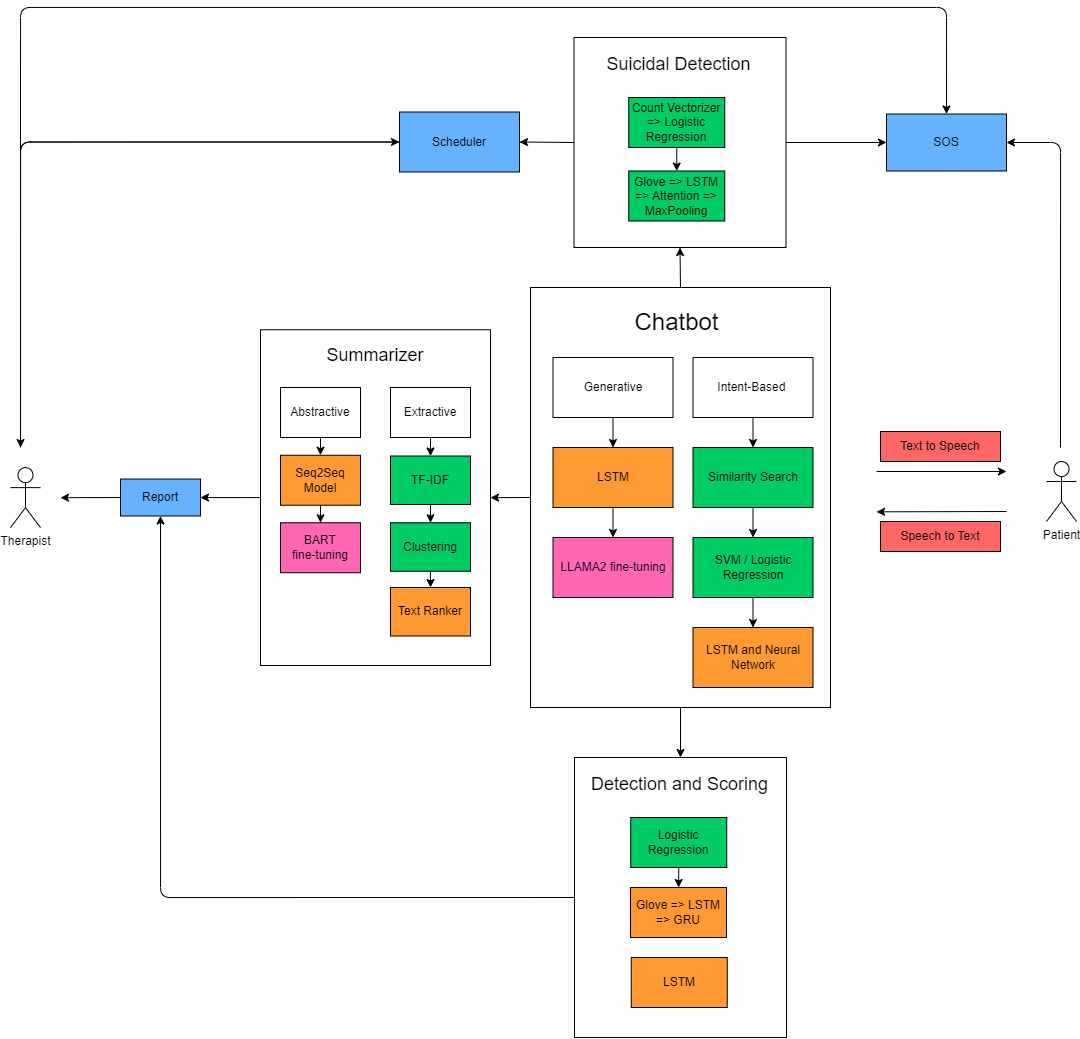
The draw.io diagram report/models.png in Better-Call-Soul/Soul-AI, before a commit. Source tidied: cells renumbered, new cells last; positions are measured from the earlier drawing's top-left corner, leaving out a move shared by most shapes.
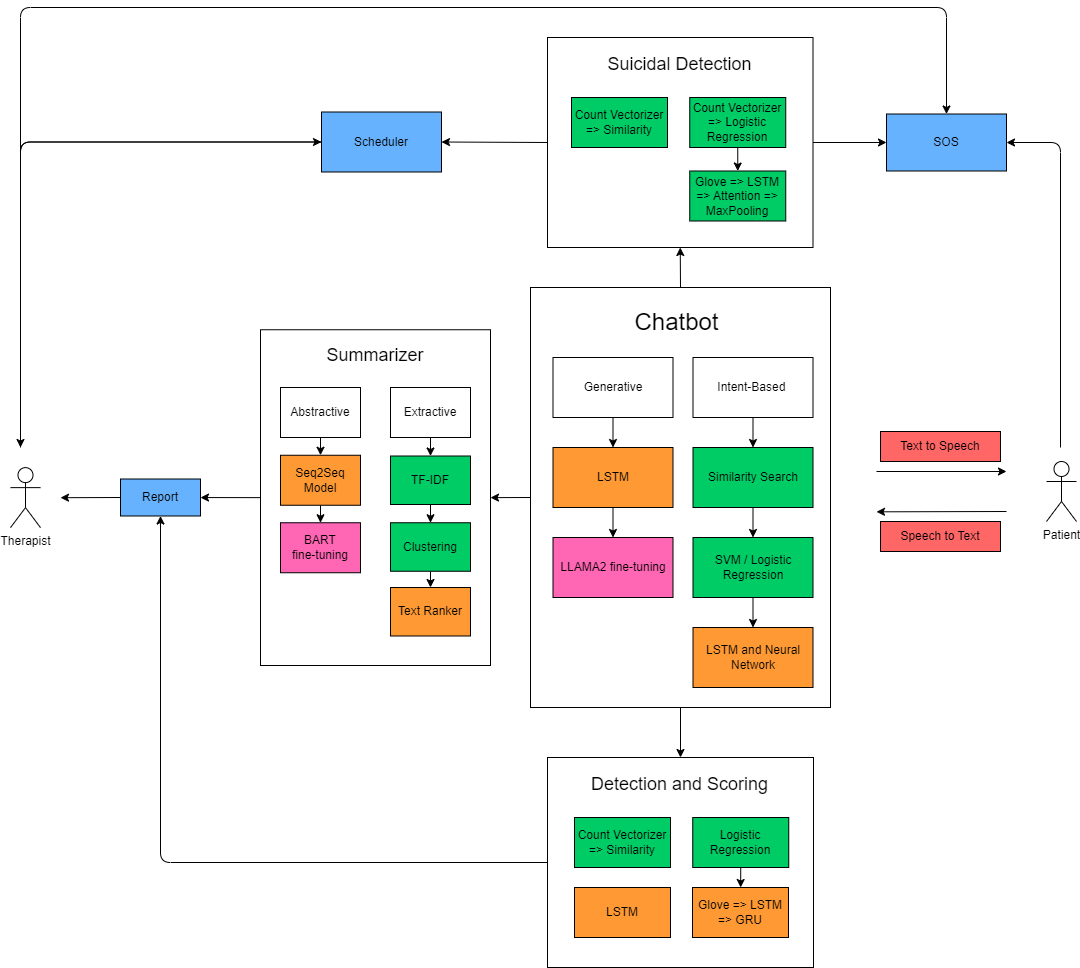
Above is the later version.

Commit message:
count vectorizer integreation

Diff of the diagram source:
```diff
@@ -69,7 +69,7 @@
       <mxGeometry relative="1" as="geometry" />
     </mxCell>
     <mxCell id="22" style="rounded=0;whiteSpace=wrap;html=1;" parent="1" vertex="1">
-      <mxGeometry x="564" y="750" width="212" height="280" as="geometry" />
+      <mxGeometry x="537" y="750" width="266" height="210" as="geometry" />
     </mxCell>
     <mxCell id="23" value="&lt;font style=&quot;font-size: 18px;&quot;&gt;Detection and Scoring&lt;/font&gt;" style="text;html=1;strokeColor=none;fillColor=none;align=center;verticalAlign=middle;whiteSpace=wrap;rounded=0;" parent="1" vertex="1">
       <mxGeometry x="542.5" y="761.5" width="252.5" height="30" as="geometry" />
@@ -127,7 +127,7 @@
       </mxGeometry>
     </mxCell>
     <mxCell id="37" value="Scheduler" style="rounded=0;whiteSpace=wrap;html=1;fillColor=#66B2FF;" parent="1" vertex="1">
-      <mxGeometry x="389" y="104.5" width="120" height="60" as="geometry" />
+      <mxGeometry x="311" y="104.5" width="120" height="60" as="geometry" />
     </mxCell>
     <mxCell id="38" value="Therapist" style="shape=umlActor;verticalLabelPosition=bottom;verticalAlign=top;html=1;" parent="1" vertex="1">
       <mxGeometry y="460.1" width="30" height="60" as="geometry" />
@@ -159,10 +159,10 @@
       <mxGeometry relative="1" as="geometry" />
     </mxCell>
     <mxCell id="44" style="rounded=0;whiteSpace=wrap;html=1;" parent="1" vertex="1">
-      <mxGeometry x="563.5" y="30" width="212" height="210" as="geometry" />
+      <mxGeometry x="537" y="30" width="265.5" height="210" as="geometry" />
     </mxCell>
     <mxCell id="45" value="&lt;font style=&quot;font-size: 18px;&quot;&gt;Suicidal Detection&lt;/font&gt;" style="text;html=1;strokeColor=none;fillColor=none;align=center;verticalAlign=middle;whiteSpace=wrap;rounded=0;" parent="1" vertex="1">
-      <mxGeometry x="542" y="41.5" width="252.5" height="30" as="geometry" />
+      <mxGeometry x="543" y="41.5" width="252.5" height="30" as="geometry" />
     </mxCell>
     <mxCell id="46" value="BART &lt;br&gt;fine-tuning" style="rounded=0;whiteSpace=wrap;html=1;fillColor=#FF66B3;" parent="1" vertex="1">
       <mxGeometry x="270" y="515.2" width="80" height="50" as="geometry" />
@@ -177,16 +177,16 @@
       <mxGeometry relative="1" as="geometry" />
     </mxCell>
     <mxCell id="50" value="Count Vectorizer =&amp;gt; Logistic Regression" style="rounded=0;whiteSpace=wrap;html=1;fillColor=#00CC66;" parent="1" vertex="1">
-      <mxGeometry x="618.2" y="90" width="96" height="50" as="geometry" />
+      <mxGeometry x="679.2" y="90" width="96" height="50" as="geometry" />
     </mxCell>
     <mxCell id="51" value="Glove =&amp;gt; LSTM&lt;br&gt;=&amp;gt; GRU" style="rounded=0;whiteSpace=wrap;html=1;fillColor=#FF9933;" parent="1" vertex="1">
-      <mxGeometry x="620" y="880" width="96" height="50" as="geometry" />
+      <mxGeometry x="682" y="880" width="96" height="50" as="geometry" />
     </mxCell>
     <mxCell id="52" style="edgeStyle=none;html=1;exitX=0.5;exitY=1;exitDx=0;exitDy=0;" parent="1" edge="1" source="53" target="51">
       <mxGeometry relative="1" as="geometry" />
     </mxCell>
     <mxCell id="53" value="Logistic Regression" style="rounded=0;whiteSpace=wrap;html=1;fillColor=#00CC66;" parent="1" vertex="1">
-      <mxGeometry x="620.2" y="810" width="96" height="50" as="geometry" />
+      <mxGeometry x="682.2" y="810" width="96" height="50" as="geometry" />
     </mxCell>
     <mxCell id="54" value="Text to Speech" style="rounded=0;whiteSpace=wrap;html=1;fillColor=#FF6666;" parent="1" vertex="1">
       <mxGeometry x="870" y="424" width="120" height="30" as="geometry" />
@@ -204,13 +204,19 @@
       <mxGeometry x="380" y="515.2" width="80" height="48.5" as="geometry" />
     </mxCell>
     <mxCell id="59" value="Glove =&amp;gt; LSTM&lt;br&gt;=&amp;gt; Attention =&amp;gt; MaxPooling" style="rounded=0;whiteSpace=wrap;html=1;fillColor=#00CC66;" parent="1" vertex="1">
-      <mxGeometry x="618.2" y="163.5" width="96" height="50" as="geometry" />
+      <mxGeometry x="679.2" y="163.5" width="96" height="50" as="geometry" />
     </mxCell>
     <mxCell id="60" value="LSTM" style="rounded=0;whiteSpace=wrap;html=1;fillColor=#FF9933;" parent="1" vertex="1">
-      <mxGeometry x="620.8" y="950" width="96" height="50" as="geometry" />
+      <mxGeometry x="564" y="880" width="96" height="50" as="geometry" />
     </mxCell>
     <mxCell id="61" value="LLAMA2 fine-tuning" style="whiteSpace=wrap;html=1;rounded=0;fillColor=#FF66B3;" parent="1" vertex="1">
       <mxGeometry x="542.5" y="530" width="120" height="60" as="geometry" />
     </mxCell>
+    <mxCell id="62" value="Count Vectorizer =&amp;gt; Similarity" style="rounded=0;whiteSpace=wrap;html=1;fillColor=#00CC66;" parent="1" vertex="1">
+      <mxGeometry x="561" y="90" width="96" height="50" as="geometry" />
+    </mxCell>
+    <mxCell id="63" value="Count Vectorizer =&amp;gt; Similarity" style="rounded=0;whiteSpace=wrap;html=1;fillColor=#00CC66;" parent="1" vertex="1">
+      <mxGeometry x="564" y="810" width="96" height="50" as="geometry" />
+    </mxCell>
   </root>
 </mxGraphModel>
```
